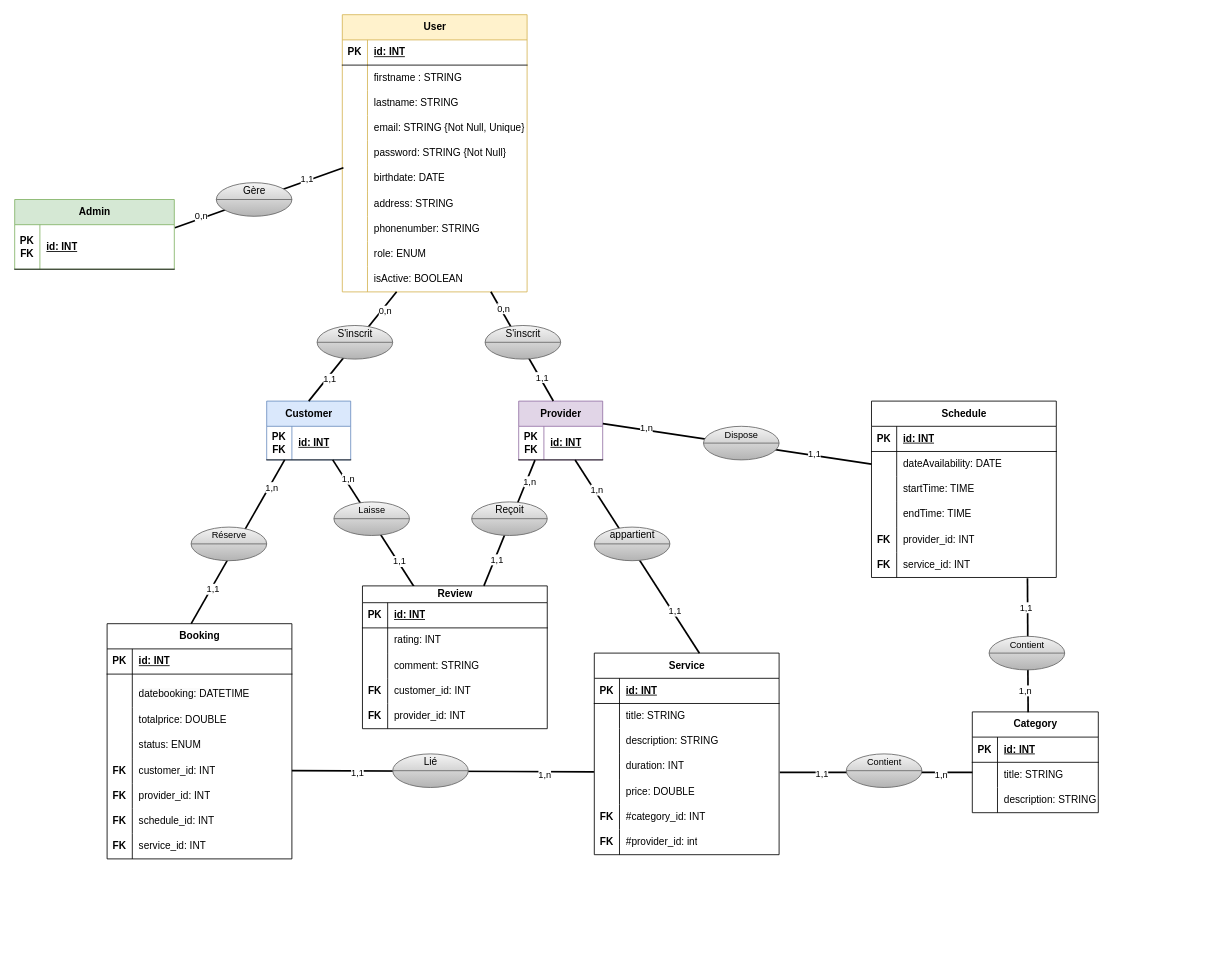
Above: BB_diagrams_entite.drawio in Steony/BeautyBookerApp (draw.io), before the change. Source tidied: cells renumbered, new cells numbered last; positions are measured from the earlier drawing's top-left corner, leaving out a move shared by most shapes. Both pictures are drawn from the tidied source at 84%, with x=0, y=0 at pixel (14, 14).
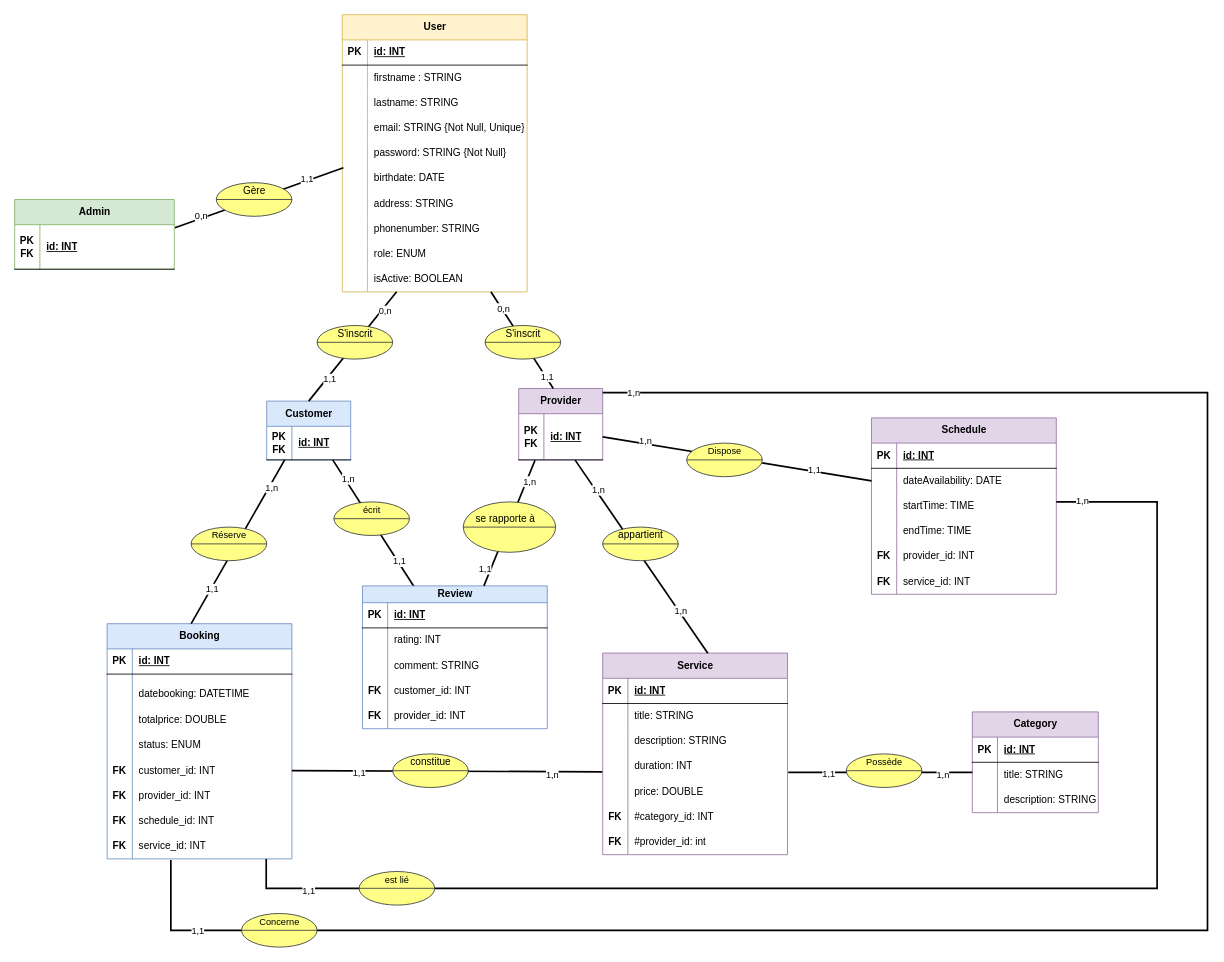
Above is the later version.

Commit message (it also covers changes not shown here):
Mettre à jour BB_diagrams_entite.drawio

The change refers to these unchanged cells:
```xml
<mxCell id="55" style="group;" parent="1" vertex="1">
  <mxGeometry x="110" y="725" width="220" height="280" as="geometry" />
</mxCell>
<mxCell id="78" style="shape=tableRow;horizontal=0;startSize=0;swimlaneHead=0;swimlaneBody=0;fillColor=none;points=[[0,0.5],[1,0.5]];portConstraint=eastwest;top=0;left=0;right=0;bottom=0;" parent="56" vertex="1">
  <mxGeometry y="250" width="220" height="30" as="geometry" />
</mxCell>
<mxCell id="113" style="group;" parent="1" vertex="1">
  <mxGeometry x="380" y="580" width="90" height="40" as="geometry" />
</mxCell>
<mxCell id="116" style="endArrow=none;html=1;rounded=0;strokeWidth=2;entryX=0.455;entryY=0;entryDx=0;entryDy=0;entryPerimeter=0;exitX=0.214;exitY=1;exitDx=0;exitDy=0;exitPerimeter=0;" parent="1" edge="1" source="34" target="56">
  <mxGeometry relative="1" as="geometry" />
</mxCell>
<mxCell id="119" style="group;" parent="1" vertex="1">
  <mxGeometry x="210" y="610" width="90" height="40" as="geometry" />
</mxCell>
<mxCell id="122" style="endArrow=none;html=1;rounded=0;strokeWidth=2;exitX=0.672;exitY=1.005;exitDx=0;exitDy=0;exitPerimeter=0;entryX=0.569;entryY=0.001;entryDx=0;entryDy=0;entryPerimeter=0;" parent="1" edge="1" source="38" target="86">
  <mxGeometry relative="1" as="geometry" />
</mxCell>
<mxCell id="128" style="endArrow=none;html=1;rounded=0;entryX=0.412;entryY=-0.001;entryDx=0;entryDy=0;strokeWidth=2;entryPerimeter=0;exitX=0.804;exitY=0.995;exitDx=0;exitDy=0;exitPerimeter=0;" parent="1" edge="1" source="30" target="37">
  <mxGeometry relative="1" as="geometry" />
</mxCell>
<mxCell id="131" style="group;" parent="1" vertex="1">
  <mxGeometry x="360" y="370" width="90" height="40" as="geometry" />
</mxCell>
<mxCell id="134" style="group;" parent="1" vertex="1">
  <mxGeometry x="560" y="370" width="90" height="40" as="geometry" />
</mxCell>
<mxCell id="140" style="group;" parent="1" vertex="1">
  <mxGeometry x="414" y="680" width="220" height="170" as="geometry" />
</mxCell>
<mxCell id="171" style="shape=tableRow;horizontal=0;startSize=0;swimlaneHead=0;swimlaneBody=0;fillColor=none;points=[[0,0.5],[1,0.5]];portConstraint=eastwest;top=0;left=0;right=0;bottom=0;" parent="167" vertex="1">
  <mxGeometry y="60" width="220" height="30" as="geometry" />
</mxCell>
<mxCell id="183" style="shape=tableRow;horizontal=0;startSize=0;swimlaneHead=0;swimlaneBody=0;fillColor=none;points=[[0,0.5],[1,0.5]];portConstraint=eastwest;top=0;left=0;right=0;bottom=0;" parent="167" vertex="1">
  <mxGeometry y="180" width="220" height="30" as="geometry" />
</mxCell>
<mxCell id="192" style="group;" parent="1" vertex="1">
  <mxGeometry x="240" y="200" width="90" height="40" as="geometry" />
</mxCell>
<mxCell id="204" style="group;" parent="1" vertex="1">
  <mxGeometry x="450" y="880" width="90" height="40" as="geometry" />
</mxCell>
<mxCell id="207" style="endArrow=none;html=1;rounded=0;strokeWidth=2;exitX=0.194;exitY=1.008;exitDx=0;exitDy=0;exitPerimeter=0;" parent="1" edge="1" source="38" target="144">
  <mxGeometry relative="1" as="geometry" />
</mxCell>
<mxCell id="216" style="group;" parent="1" vertex="1">
  <mxGeometry x="990" y="880" width="90" height="40" as="geometry" />
</mxCell>
```

Change to the diagram source:
```diff
@@
     <mxCell id="37" value="Provider" style="shape=table;startSize=30;childLayout=tableLayout;rowLines=0;fontStyle=1;align=center;html=1;fillColor=#e1d5e7;strokeColor=#9673a6;" parent="1" vertex="1">
-      <mxGeometry x="600" y="460" width="100" height="70" as="geometry" />
+      <mxGeometry x="600" y="445" width="100" height="85" as="geometry" />
     </mxCell>
     <mxCell id="38" style="shape=tableRow;horizontal=0;startSize=0;swimlaneHead=0;swimlaneBody=0;fillColor=none;points=[[0,0.5],[1,0.5]];portConstraint=eastwest;top=0;left=0;right=0;bottom=1;" parent="37" vertex="1">
-      <mxGeometry y="30" width="100" height="40" as="geometry" />
+      <mxGeometry y="30" width="100" height="55" as="geometry" />
     </mxCell>
     <mxCell id="39" value="PK&lt;div&gt;FK&lt;/div&gt;" style="shape=partialRectangle;fillColor=none;top=0;left=0;bottom=0;right=0;fontStyle=1;overflow=hidden;whiteSpace=wrap;html=1;" parent="38" vertex="1">
-      <mxGeometry width="30" height="40" as="geometry" />
+      <mxGeometry width="30" height="55" as="geometry" />
     </mxCell>
     <mxCell id="40" value="id: INT" style="shape=partialRectangle;fillColor=none;top=0;left=0;bottom=0;right=0;align=left;spacingLeft=6;fontStyle=5;overflow=hidden;whiteSpace=wrap;html=1;" parent="38" vertex="1">
-      <mxGeometry x="30" width="70" height="40" as="geometry" />
+      <mxGeometry x="30" width="70" height="55" as="geometry" />
     </mxCell>
@@
-    <mxCell id="45" value="Category" style="shape=table;startSize=30;childLayout=tableLayout;rowLines=0;fontStyle=1;align=center;html=1;" parent="1" vertex="1">
+    <mxCell id="45" value="Category" style="shape=table;startSize=30;childLayout=tableLayout;rowLines=0;fontStyle=1;align=center;html=1;fillColor=#e1d5e7;strokeColor=#9673a6;" parent="1" vertex="1">
       <mxGeometry x="1140" y="830" width="150" height="120" as="geometry" />
     </mxCell>
@@
-    <mxCell id="56" value="Booking" style="shape=table;startSize=30;childLayout=tableLayout;rowLines=0;fontStyle=1;align=center;html=1;" parent="55" vertex="1">
+    <mxCell id="56" value="Booking" style="shape=table;startSize=30;childLayout=tableLayout;rowLines=0;fontStyle=1;align=center;html=1;fillColor=#dae8fc;strokeColor=#6c8ebf;" parent="55" vertex="1">
       <mxGeometry width="220" height="280" as="geometry" />
     </mxCell>
@@
     <mxCell id="85" style="group;" parent="1" vertex="1">
-      <mxGeometry x="690" y="760" width="220" height="270" as="geometry" />
+      <mxGeometry x="700" y="760" width="220" height="270" as="geometry" />
     </mxCell>
-    <mxCell id="86" value="Service" style="shape=table;startSize=30;childLayout=tableLayout;rowLines=0;fontStyle=1;align=center;html=1;" parent="85" vertex="1">
+    <mxCell id="86" value="Service" style="shape=table;startSize=30;childLayout=tableLayout;rowLines=0;fontStyle=1;align=center;html=1;fillColor=#e1d5e7;strokeColor=#9673a6;" parent="85" vertex="1">
       <mxGeometry width="220" height="240" as="geometry" />
     </mxCell>
@@
-    <mxCell id="114" style="shape=lineEllipse;perimeter=ellipsePerimeter;whiteSpace=wrap;html=1;backgroundOutline=1;fillColor=#f5f5f5;gradientColor=#b3b3b3;strokeColor=#666666;" parent="113" vertex="1">
+    <mxCell id="114" style="shape=lineEllipse;perimeter=ellipsePerimeter;whiteSpace=wrap;html=1;backgroundOutline=1;fillColor=#ffff88;strokeColor=#36393d;" parent="113" vertex="1">
       <mxGeometry width="90" height="40" as="geometry" />
     </mxCell>
-    <mxCell id="115" value="&lt;font style=&quot;font-size: 11px;&quot;&gt;Laisse&lt;/font&gt;" style="text;html=1;align=center;verticalAlign=middle;whiteSpace=wrap;rounded=0;" parent="113" vertex="1">
+    <mxCell id="115" value="&lt;font style=&quot;font-size: 11px;&quot;&gt;écrit&lt;/font&gt;" style="text;html=1;align=center;verticalAlign=middle;whiteSpace=wrap;rounded=0;" parent="113" vertex="1">
       <mxGeometry x="17.5" width="55" height="20" as="geometry" />
     </mxCell>
@@
     <mxCell id="118" value="1,1" style="edgeLabel;html=1;align=center;verticalAlign=middle;" parent="116" vertex="1">
-      <mxGeometry x="0.57" y="2" relative="1" as="geometry" />
+      <mxGeometry x="0.57" y="2" relative="1" as="geometry">
+        <mxPoint x="-1" as="offset" />
+      </mxGeometry>
     </mxCell>
@@
-    <mxCell id="120" style="shape=lineEllipse;perimeter=ellipsePerimeter;whiteSpace=wrap;html=1;backgroundOutline=1;fillColor=#f5f5f5;gradientColor=#b3b3b3;strokeColor=#666666;" parent="119" vertex="1">
+    <mxCell id="120" style="shape=lineEllipse;perimeter=ellipsePerimeter;whiteSpace=wrap;html=1;backgroundOutline=1;fillColor=#ffff88;strokeColor=#36393d;" parent="119" vertex="1">
       <mxGeometry width="90" height="40" as="geometry" />
     </mxCell>
@@
-    <mxCell id="124" value="1,1" style="edgeLabel;html=1;align=center;verticalAlign=middle;" parent="122" vertex="1">
+    <mxCell id="124" value="1,n" style="edgeLabel;html=1;align=center;verticalAlign=middle;" parent="122" vertex="1">
       <mxGeometry x="0.57" y="2" relative="1" as="geometry" />
     </mxCell>
@@
     <mxCell id="129" value="0,n" style="edgeLabel;html=1;align=center;verticalAlign=middle;" parent="128" vertex="1">
-      <mxGeometry x="-0.68" y="3" relative="1" as="geometry" />
+      <mxGeometry x="-0.68" y="3" relative="1" as="geometry">
+        <mxPoint y="3" as="offset" />
+      </mxGeometry>
     </mxCell>
     <mxCell id="130" value="1,1" style="edgeLabel;html=1;align=center;verticalAlign=middle;" parent="128" vertex="1">
-      <mxGeometry x="0.57" y="2" relative="1" as="geometry" />
+      <mxGeometry x="0.57" y="2" relative="1" as="geometry">
+        <mxPoint x="6" y="11" as="offset" />
+      </mxGeometry>
     </mxCell>
@@
-    <mxCell id="132" style="shape=lineEllipse;perimeter=ellipsePerimeter;whiteSpace=wrap;html=1;backgroundOutline=1;fillColor=#f5f5f5;gradientColor=#b3b3b3;strokeColor=#666666;" parent="131" vertex="1">
+    <mxCell id="132" style="shape=lineEllipse;perimeter=ellipsePerimeter;whiteSpace=wrap;html=1;backgroundOutline=1;fillColor=#ffff88;strokeColor=#36393d;" parent="131" vertex="1">
       <mxGeometry width="90" height="40" as="geometry" />
     </mxCell>
@@
-    <mxCell id="135" style="shape=lineEllipse;perimeter=ellipsePerimeter;whiteSpace=wrap;html=1;backgroundOutline=1;fillColor=#f5f5f5;gradientColor=#b3b3b3;strokeColor=#666666;" parent="134" vertex="1">
+    <mxCell id="135" style="shape=lineEllipse;perimeter=ellipsePerimeter;whiteSpace=wrap;html=1;backgroundOutline=1;fillColor=#ffff88;strokeColor=#36393d;" parent="134" vertex="1">
       <mxGeometry width="90" height="40" as="geometry" />
     </mxCell>
@@
     <mxCell id="137" style="group;" parent="1" vertex="1">
-      <mxGeometry x="690" y="610" width="90" height="40" as="geometry" />
+      <mxGeometry x="700" y="610" width="90" height="40" as="geometry" />
     </mxCell>
-    <mxCell id="138" style="shape=lineEllipse;perimeter=ellipsePerimeter;whiteSpace=wrap;html=1;backgroundOutline=1;fillColor=#f5f5f5;gradientColor=#b3b3b3;strokeColor=#666666;" parent="137" vertex="1">
+    <mxCell id="138" style="shape=lineEllipse;perimeter=ellipsePerimeter;whiteSpace=wrap;html=1;backgroundOutline=1;fillColor=#ffff88;strokeColor=#36393d;" parent="137" vertex="1">
       <mxGeometry width="90" height="40" as="geometry" />
     </mxCell>
@@
-    <mxCell id="144" value="Review" style="shape=table;startSize=20;childLayout=tableLayout;rowLines=0;fontStyle=1;align=center;html=1;" parent="140" vertex="1">
+    <mxCell id="144" value="Review" style="shape=table;startSize=20;childLayout=tableLayout;rowLines=0;fontStyle=1;align=center;html=1;fillColor=#dae8fc;strokeColor=#6c8ebf;" parent="140" vertex="1">
       <mxGeometry width="220" height="170" as="geometry" />
     </mxCell>
@@
-    <mxCell id="160" style="endArrow=none;html=1;rounded=0;strokeWidth=2;entryX=0.844;entryY=1.026;entryDx=0;entryDy=0;entryPerimeter=0;exitX=0.443;exitY=0.004;exitDx=0;exitDy=0;exitPerimeter=0;" parent="1" edge="1" source="45" target="183">
-      <mxGeometry relative="1" as="geometry" />
-    </mxCell>
-    <mxCell id="161" value="1,n" style="edgeLabel;html=1;align=center;verticalAlign=middle;" parent="160" vertex="1">
-      <mxGeometry x="-0.68" y="3" relative="1" as="geometry">
-        <mxPoint x="-1" as="offset" />
-      </mxGeometry>
-    </mxCell>
-    <mxCell id="162" value="1,1" style="edgeLabel;html=1;align=center;verticalAlign=middle;" parent="160" vertex="1">
-      <mxGeometry x="0.57" y="2" relative="1" as="geometry" />
-    </mxCell>
     <mxCell id="163" style="group;" parent="1" vertex="1">
-      <mxGeometry x="1020" y="460" width="220" height="210" as="geometry" />
+      <mxGeometry x="1020" y="480" width="220" height="210" as="geometry" />
     </mxCell>
@@
-    <mxCell id="167" value="Schedule" style="shape=table;startSize=30;childLayout=tableLayout;rowLines=0;fontStyle=1;align=center;html=1;" parent="163" vertex="1">
+    <mxCell id="167" value="Schedule" style="shape=table;startSize=30;childLayout=tableLayout;rowLines=0;fontStyle=1;align=center;html=1;fillColor=#e1d5e7;strokeColor=#9673a6;" parent="163" vertex="1">
       <mxGeometry width="220" height="210" as="geometry" />
     </mxCell>
@@
-    <mxCell id="186" style="endArrow=none;html=1;rounded=0;strokeWidth=2;exitX=1.002;exitY=0.383;exitDx=0;exitDy=0;exitPerimeter=0;entryX=0;entryY=0.5;entryDx=0;entryDy=0;" parent="1" edge="1" source="37" target="171">
+    <mxCell id="186" style="endArrow=none;html=1;rounded=0;strokeWidth=2;exitX=1;exitY=0.5;exitDx=0;exitDy=0;entryX=0;entryY=0.5;entryDx=0;entryDy=0;" parent="1" edge="1" source="38" target="171">
       <mxGeometry relative="1" as="geometry" />
     </mxCell>
@@
-    <mxCell id="193" style="shape=lineEllipse;perimeter=ellipsePerimeter;whiteSpace=wrap;html=1;backgroundOutline=1;fillColor=#f5f5f5;strokeColor=#666666;gradientColor=#b3b3b3;" parent="192" vertex="1">
+    <mxCell id="193" style="shape=lineEllipse;perimeter=ellipsePerimeter;whiteSpace=wrap;html=1;backgroundOutline=1;fillColor=#ffff88;strokeColor=#36393d;" parent="192" vertex="1">
       <mxGeometry width="90" height="40" as="geometry" />
     </mxCell>
@@
     <mxCell id="195" style="group;" parent="1" vertex="1">
-      <mxGeometry x="820" y="490" width="90" height="40" as="geometry" />
+      <mxGeometry x="800" y="510" width="90" height="40" as="geometry" />
     </mxCell>
-    <mxCell id="196" style="shape=lineEllipse;perimeter=ellipsePerimeter;whiteSpace=wrap;html=1;backgroundOutline=1;fillColor=#f5f5f5;gradientColor=#b3b3b3;strokeColor=#666666;" parent="195" vertex="1">
+    <mxCell id="196" style="shape=lineEllipse;perimeter=ellipsePerimeter;whiteSpace=wrap;html=1;backgroundOutline=1;fillColor=#ffff88;strokeColor=#36393d;" parent="195" vertex="1">
       <mxGeometry width="90" height="40" as="geometry" />
     </mxCell>
@@
-    <mxCell id="198" style="group;" parent="1" vertex="1">
-      <mxGeometry x="1160" y="740" width="90" height="40" as="geometry" />
-    </mxCell>
-    <mxCell id="199" style="shape=lineEllipse;perimeter=ellipsePerimeter;whiteSpace=wrap;html=1;backgroundOutline=1;fillColor=#f5f5f5;gradientColor=#b3b3b3;strokeColor=#666666;" parent="198" vertex="1">
-      <mxGeometry width="90" height="40" as="geometry" />
-    </mxCell>
-    <mxCell id="200" value="&lt;span style=&quot;font-size: 11px;&quot;&gt;Contient&lt;/span&gt;" style="text;html=1;align=center;verticalAlign=middle;whiteSpace=wrap;rounded=0;" parent="198" vertex="1">
-      <mxGeometry x="17.5" width="55" height="20" as="geometry" />
-    </mxCell>
@@
-    <mxCell id="205" style="shape=lineEllipse;perimeter=ellipsePerimeter;whiteSpace=wrap;html=1;backgroundOutline=1;fillColor=#f5f5f5;gradientColor=#b3b3b3;strokeColor=#666666;" parent="204" vertex="1">
+    <mxCell id="205" style="shape=lineEllipse;perimeter=ellipsePerimeter;whiteSpace=wrap;html=1;backgroundOutline=1;fillColor=#ffff88;strokeColor=#36393d;" parent="204" vertex="1">
       <mxGeometry width="90" height="40" as="geometry" />
     </mxCell>
-    <mxCell id="206" value="Lié" style="text;html=1;align=center;verticalAlign=middle;whiteSpace=wrap;rounded=0;" parent="204" vertex="1">
+    <mxCell id="206" value="constitue" style="text;html=1;align=center;verticalAlign=middle;whiteSpace=wrap;rounded=0;" parent="204" vertex="1">
       <mxGeometry x="17.5" width="55" height="20" as="geometry" />
     </mxCell>
@@
     <mxCell id="209" value="1,1" style="edgeLabel;html=1;align=center;verticalAlign=middle;" parent="207" vertex="1">
-      <mxGeometry x="0.57" y="2" relative="1" as="geometry" />
+      <mxGeometry x="0.57" y="2" relative="1" as="geometry">
+        <mxPoint x="-14" y="11" as="offset" />
+      </mxGeometry>
     </mxCell>
     <mxCell id="210" style="group;" parent="1" vertex="1">
-      <mxGeometry x="544" y="580" width="90" height="40" as="geometry" />
+      <mxGeometry x="544" y="580" width="100" height="60" as="geometry" />
     </mxCell>
-    <mxCell id="211" style="shape=lineEllipse;perimeter=ellipsePerimeter;whiteSpace=wrap;html=1;backgroundOutline=1;fillColor=#f5f5f5;gradientColor=#b3b3b3;strokeColor=#666666;" parent="210" vertex="1">
-      <mxGeometry width="90" height="40" as="geometry" />
+    <mxCell id="211" style="shape=lineEllipse;perimeter=ellipsePerimeter;whiteSpace=wrap;html=1;backgroundOutline=1;fillColor=#ffff88;strokeColor=#36393d;" parent="210" vertex="1">
+      <mxGeometry x="-10" width="110" height="60" as="geometry" />
     </mxCell>
-    <mxCell id="212" value="Reçoit" style="text;html=1;align=center;verticalAlign=middle;whiteSpace=wrap;rounded=0;" parent="210" vertex="1">
-      <mxGeometry x="17.5" width="55" height="20" as="geometry" />
+    <mxCell id="212" value="se rapporte à" style="text;html=1;align=center;verticalAlign=middle;whiteSpace=wrap;rounded=0;" parent="210" vertex="1">
+      <mxGeometry y="10" width="81.2" height="20" as="geometry" />
     </mxCell>
@@
-    <mxCell id="217" style="shape=lineEllipse;perimeter=ellipsePerimeter;whiteSpace=wrap;html=1;backgroundOutline=1;fillColor=#f5f5f5;gradientColor=#b3b3b3;strokeColor=#666666;" parent="216" vertex="1">
+    <mxCell id="217" style="shape=lineEllipse;perimeter=ellipsePerimeter;whiteSpace=wrap;html=1;backgroundOutline=1;fillColor=#ffff88;strokeColor=#36393d;" parent="216" vertex="1">
       <mxGeometry width="90" height="40" as="geometry" />
     </mxCell>
-    <mxCell id="218" value="&lt;span style=&quot;font-size: 11px;&quot;&gt;Contient&lt;/span&gt;" style="text;html=1;align=center;verticalAlign=middle;whiteSpace=wrap;rounded=0;" parent="216" vertex="1">
+    <mxCell id="218" value="&lt;span style=&quot;font-size: 11px;&quot;&gt;Possède&lt;/span&gt;" style="text;html=1;align=center;verticalAlign=middle;whiteSpace=wrap;rounded=0;" parent="216" vertex="1">
       <mxGeometry x="17.5" width="55" height="20" as="geometry" />
     </mxCell>
+    <mxCell id="219" style="endArrow=none;html=1;rounded=0;strokeWidth=2;edgeStyle=orthogonalEdgeStyle;elbow=vertical;entryX=0.345;entryY=1.04;entryDx=0;entryDy=0;entryPerimeter=0;" parent="1" edge="1" source="37" target="78">
+      <mxGeometry relative="1" as="geometry">
+        <Array as="points">
+          <mxPoint x="1420" y="450" />
+          <mxPoint x="1420" y="1090" />
+          <mxPoint x="186" y="1090" />
+        </Array>
+      </mxGeometry>
+    </mxCell>
+    <mxCell id="220" value="1,n" style="edgeLabel;html=1;align=center;verticalAlign=middle;" parent="219" vertex="1">
+      <mxGeometry x="-0.68" y="3" relative="1" as="geometry">
+        <mxPoint x="-392" y="3" as="offset" />
+      </mxGeometry>
+    </mxCell>
+    <mxCell id="221" value="1,1" style="edgeLabel;html=1;align=center;verticalAlign=middle;" parent="219" vertex="1">
+      <mxGeometry x="0.57" y="2" relative="1" as="geometry">
+        <mxPoint x="-461" y="-2" as="offset" />
+      </mxGeometry>
+    </mxCell>
+    <mxCell id="222" style="endArrow=none;html=1;rounded=0;strokeWidth=2;edgeStyle=orthogonalEdgeStyle;elbow=vertical;entryX=0.861;entryY=1.004;entryDx=0;entryDy=0;entryPerimeter=0;" parent="1" edge="1" target="78">
+      <mxGeometry relative="1" as="geometry">
+        <mxPoint x="1240" y="580" as="sourcePoint" />
+        <Array as="points">
+          <mxPoint x="1240" y="580" />
+          <mxPoint x="1360" y="580" />
+          <mxPoint x="1360" y="1040" />
+          <mxPoint x="299" y="1040" />
+        </Array>
+      </mxGeometry>
+    </mxCell>
+    <mxCell id="223" value="1,n" style="edgeLabel;html=1;align=center;verticalAlign=middle;" parent="222" vertex="1">
+      <mxGeometry x="-0.68" y="3" relative="1" as="geometry">
+        <mxPoint x="-93" y="-150" as="offset" />
+      </mxGeometry>
+    </mxCell>
+    <mxCell id="224" value="1,1" style="edgeLabel;html=1;align=center;verticalAlign=middle;" parent="222" vertex="1">
+      <mxGeometry x="0.57" y="2" relative="1" as="geometry">
+        <mxPoint x="-276" as="offset" />
+      </mxGeometry>
+    </mxCell>
+    <mxCell id="225" style="group;" parent="1" vertex="1">
+      <mxGeometry x="270" y="1070" width="90" height="40" as="geometry" />
+    </mxCell>
+    <mxCell id="226" style="shape=lineEllipse;perimeter=ellipsePerimeter;whiteSpace=wrap;html=1;backgroundOutline=1;fillColor=#ffff88;strokeColor=#36393d;" parent="225" vertex="1">
+      <mxGeometry width="90" height="40" as="geometry" />
+    </mxCell>
+    <mxCell id="227" value="&lt;font style=&quot;font-size: 11px;&quot;&gt;Concerne&lt;/font&gt;" style="text;html=1;align=center;verticalAlign=middle;whiteSpace=wrap;rounded=0;" parent="225" vertex="1">
+      <mxGeometry x="17.5" width="55" height="20" as="geometry" />
+    </mxCell>
+    <mxCell id="228" style="group;" parent="1" vertex="1">
+      <mxGeometry x="410" y="1020" width="90" height="40" as="geometry" />
+    </mxCell>
+    <mxCell id="229" style="shape=lineEllipse;perimeter=ellipsePerimeter;whiteSpace=wrap;html=1;backgroundOutline=1;fillColor=#ffff88;strokeColor=#36393d;" parent="228" vertex="1">
+      <mxGeometry width="90" height="40" as="geometry" />
+    </mxCell>
+    <mxCell id="230" value="&lt;font style=&quot;font-size: 11px;&quot;&gt;est lié&lt;/font&gt;" style="text;html=1;align=center;verticalAlign=middle;whiteSpace=wrap;rounded=0;" parent="228" vertex="1">
+      <mxGeometry x="17.5" width="55" height="20" as="geometry" />
+    </mxCell>
```
